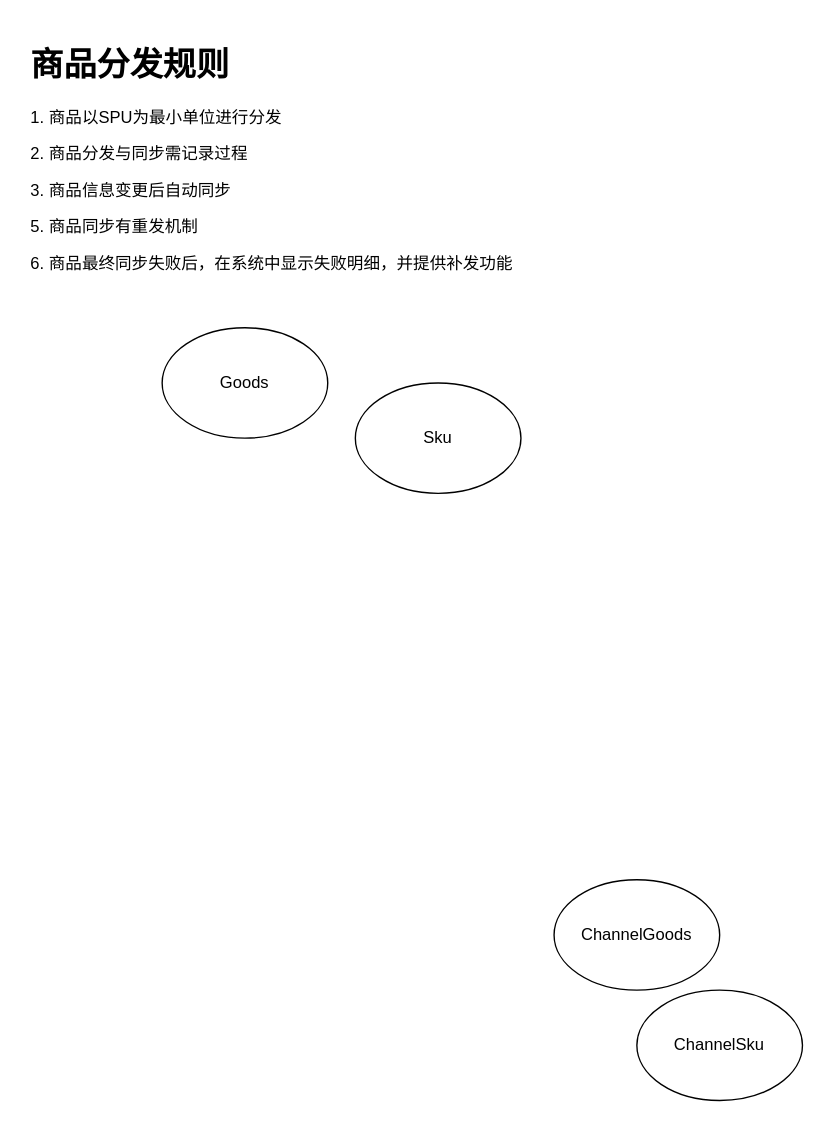
This is AMS商品异步同步流程.drawio from lycwukang/diagrams, a draw.io file, before an edit. Source tidied: cells renumbered, new cells numbered last; positions are measured from the earlier drawing's top-left corner, leaving out a move shared by most shapes. Both pictures are drawn from the tidied source at 138%, with x=0, y=0 at pixel (23, 37).
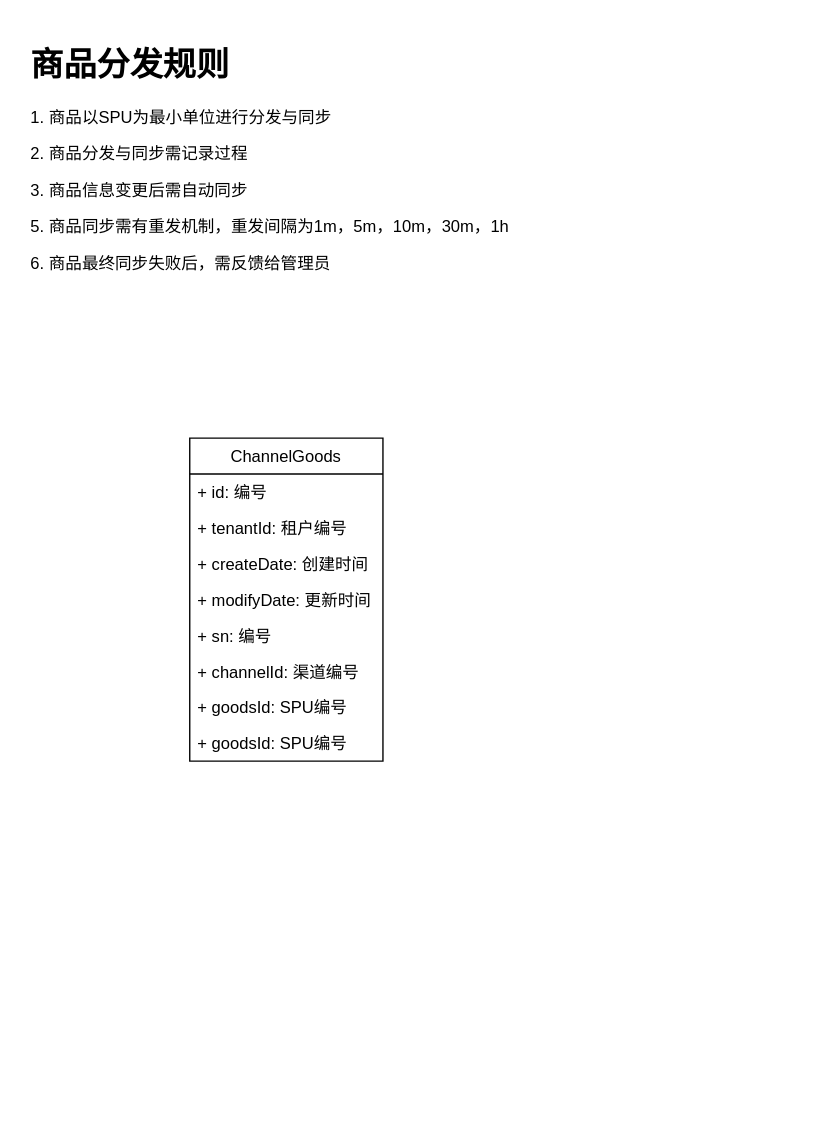
The same page after the edit.

Commit message (it also covers changes not shown here):
更新AMS商品异步同步流程.drawio

Diff of the diagram source:
```diff
@@
 <mxGraphModel>
   <root>
     <mxCell id="0" />
     <mxCell id="1" parent="0" />
+    <mxCell id="6" value="&lt;h1&gt;商品分发规则&lt;/h1&gt;&lt;p&gt;1. 商品以SPU为最小单位进行分发与同步&lt;/p&gt;&lt;p&gt;2. 商品分发与同步需记录过程&lt;/p&gt;&lt;p&gt;3. 商品信息变更后需自动同步&lt;/p&gt;&lt;p&gt;5. 商品同步需有重发机制，重发间隔为1m，5m，10m，30m，1h&lt;/p&gt;&lt;p&gt;6. 商品最终同步失败后，需反馈给管理员&lt;/p&gt;" style="text;html=1;strokeColor=none;fillColor=none;spacing=5;spacingTop=-20;whiteSpace=wrap;overflow=hidden;rounded=0;" parent="1" vertex="1">
+      <mxGeometry width="420" height="180" as="geometry" />
+    </mxCell>
-    <mxCell id="2" value="ChannelGoods" style="ellipse;whiteSpace=wrap;html=1;" parent="1" vertex="1">
-      <mxGeometry x="384" y="610" width="120" height="80" as="geometry" />
+    <mxCell id="2" value="ChannelGoods" style="swimlane;fontStyle=0;horizontal=1;startSize=26;fillColor=none;" parent="1" vertex="1">
+      <mxGeometry x="120" y="290" width="140" height="234" as="geometry" />
     </mxCell>
-    <mxCell id="3" value="ChannelSku" style="ellipse;whiteSpace=wrap;html=1;" parent="1" vertex="1">
-      <mxGeometry x="444" y="690" width="120" height="80" as="geometry" />
-    </mxCell>
-    <mxCell id="4" value="Goods" style="ellipse;whiteSpace=wrap;html=1;" parent="1" vertex="1">
-      <mxGeometry x="100" y="210" width="120" height="80" as="geometry" />
-    </mxCell>
-    <mxCell id="5" value="Sku" style="ellipse;whiteSpace=wrap;html=1;" parent="1" vertex="1">
-      <mxGeometry x="240" y="250" width="120" height="80" as="geometry" />
-    </mxCell>
-    <mxCell id="6" value="&lt;h1&gt;商品分发规则&lt;/h1&gt;&lt;p&gt;1. 商品以SPU为最小单位进行分发&lt;/p&gt;&lt;p&gt;2. 商品分发与同步需记录过程&lt;/p&gt;&lt;p&gt;3. 商品信息变更后自动同步&lt;/p&gt;&lt;p&gt;5. 商品同步有重发机制&lt;/p&gt;&lt;p&gt;6. 商品最终同步失败后，在系统中显示失败明细，并提供补发功能&lt;/p&gt;" style="text;html=1;strokeColor=none;fillColor=none;spacing=5;spacingTop=-20;whiteSpace=wrap;overflow=hidden;rounded=0;" parent="1" vertex="1">
-      <mxGeometry width="420" height="180" as="geometry" />
-    </mxCell>
+    <mxCell id="7" value="+ id: 编号" style="text;strokeColor=none;fillColor=none;align=left;verticalAlign=top;spacingLeft=4;spacingRight=4;overflow=hidden;" parent="2" vertex="1">
+      <mxGeometry y="26" width="140" height="26" as="geometry" />
+    </mxCell>
+    <mxCell id="8" value="+ tenantId: 租户编号" style="text;strokeColor=none;fillColor=none;align=left;verticalAlign=top;spacingLeft=4;spacingRight=4;overflow=hidden;" parent="2" vertex="1">
+      <mxGeometry y="52" width="140" height="26" as="geometry" />
+    </mxCell>
+    <mxCell id="9" value="+ createDate: 创建时间" style="text;strokeColor=none;fillColor=none;align=left;verticalAlign=top;spacingLeft=4;spacingRight=4;overflow=hidden;" parent="2" vertex="1">
+      <mxGeometry y="78" width="140" height="26" as="geometry" />
+    </mxCell>
+    <mxCell id="10" value="+ modifyDate: 更新时间" style="text;strokeColor=none;fillColor=none;align=left;verticalAlign=top;spacingLeft=4;spacingRight=4;overflow=hidden;" parent="2" vertex="1">
+      <mxGeometry y="104" width="140" height="26" as="geometry" />
+    </mxCell>
+    <mxCell id="11" value="+ sn: 编号" style="text;strokeColor=none;fillColor=none;align=left;verticalAlign=top;spacingLeft=4;spacingRight=4;overflow=hidden;" parent="2" vertex="1">
+      <mxGeometry y="130" width="140" height="26" as="geometry" />
+    </mxCell>
+    <mxCell id="12" value="+ channelId: 渠道编号" style="text;strokeColor=none;fillColor=none;align=left;verticalAlign=top;spacingLeft=4;spacingRight=4;overflow=hidden;" parent="2" vertex="1">
+      <mxGeometry y="156" width="140" height="26" as="geometry" />
+    </mxCell>
+    <mxCell id="13" value="+ goodsId: SPU编号" style="text;strokeColor=none;fillColor=none;align=left;verticalAlign=top;spacingLeft=4;spacingRight=4;overflow=hidden;" parent="2" vertex="1">
+      <mxGeometry y="182" width="140" height="26" as="geometry" />
+    </mxCell>
+    <mxCell id="14" value="+ goodsId: SPU编号" style="text;strokeColor=none;fillColor=none;align=left;verticalAlign=top;spacingLeft=4;spacingRight=4;overflow=hidden;" parent="2" vertex="1">
+      <mxGeometry y="208" width="140" height="26" as="geometry" />
+    </mxCell>
   </root>
 </mxGraphModel>
```
